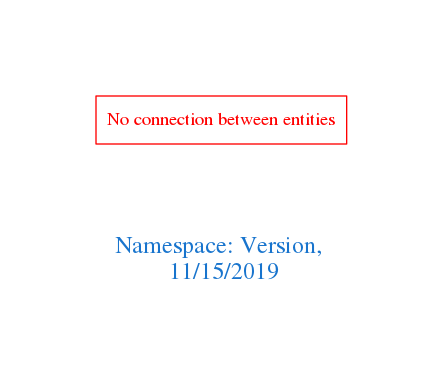
The Graphviz diagram downloads/Version.png in arago/OGIT, before a commit. Its source is kept beside it as downloads/Version.dot.
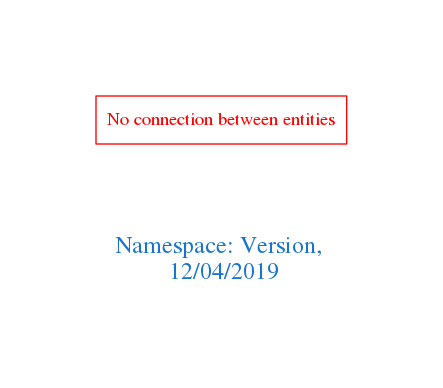
After the commit.

Diff of the diagram source:
```diff
@@ -1,7 +1,7 @@
 digraph OGIT_ontology {
  graph [ rankdir= LR,pad=1
 fontsize = 18,
-fontcolor= dodgerblue3,label = "\n\n\nNamespace: Version, \n 11/15/2019"];
+fontcolor= dodgerblue3,label = "\n\n\nNamespace: Version, \n 12/04/2019"];
 node[shape=polygon];
 edge [  color="gray81"];
 
```
